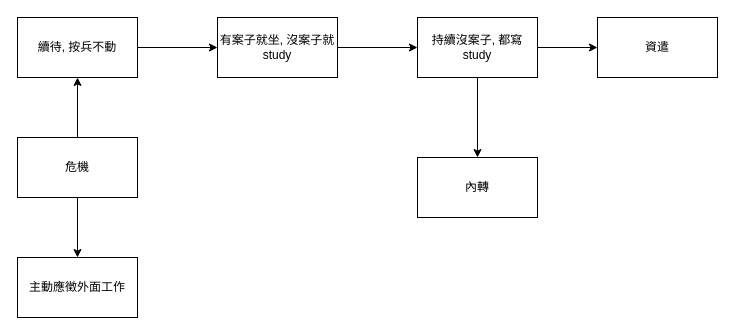
Before: 公司危機.drawio in TerryChan726/draw_io, a draw.io diagram. Source tidied: cells renumbered, new cells numbered last; positions are measured from the earlier drawing's top-left corner, leaving out a move shared by most shapes. Both pictures are drawn from the tidied source at 100%, with x=0, y=0 at pixel (17, 17).
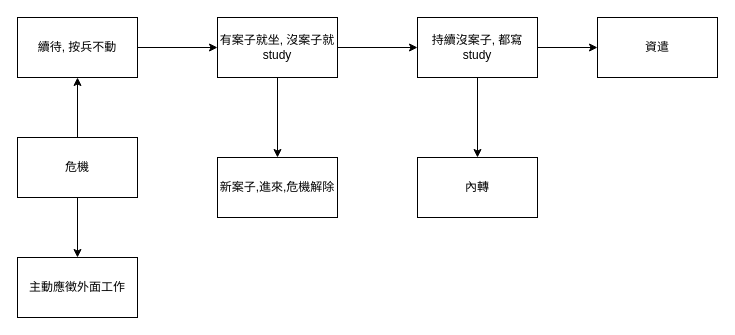
After the change.

Commit message (it also covers changes not shown here):
更新公司危機.drawio

The edit, as a diff of the source:
```diff
@@
 <mxGraphModel>
   <root>
     <mxCell id="0" />
     <mxCell id="1" parent="0" />
     <mxCell id="2" style="edgeStyle=orthogonalEdgeStyle;rounded=0;jettySize=auto;html=1;" parent="1" edge="1" source="4" target="6">
       <mxGeometry relative="1" as="geometry" />
     </mxCell>
     <mxCell id="3" style="edgeStyle=orthogonalEdgeStyle;rounded=0;jettySize=auto;html=1;" parent="1" edge="1" source="4" target="7">
       <mxGeometry relative="1" as="geometry" />
     </mxCell>
     <mxCell id="4" value="危機" style="rounded=0;whiteSpace=wrap;html=1;" parent="1" vertex="1">
       <mxGeometry y="120" width="120" height="60" as="geometry" />
     </mxCell>
     <mxCell id="5" style="edgeStyle=orthogonalEdgeStyle;rounded=0;jettySize=auto;html=1;" parent="1" edge="1" source="6" target="9">
       <mxGeometry relative="1" as="geometry" />
     </mxCell>
     <mxCell id="6" value="續待, 按兵不動" style="rounded=0;whiteSpace=wrap;html=1;" parent="1" vertex="1">
       <mxGeometry width="120" height="60" as="geometry" />
     </mxCell>
     <mxCell id="7" value="主動應徵外面工作" style="rounded=0;whiteSpace=wrap;html=1;" parent="1" vertex="1">
       <mxGeometry y="240" width="120" height="60" as="geometry" />
     </mxCell>
     <mxCell id="8" style="edgeStyle=orthogonalEdgeStyle;rounded=0;jettySize=auto;html=1;" parent="1" edge="1" source="9" target="12">
       <mxGeometry relative="1" as="geometry" />
     </mxCell>
+    <mxCell id="15" style="edgeStyle=orthogonalEdgeStyle;rounded=0;jettySize=auto;html=1;" parent="1" edge="1" source="9" target="16">
+      <mxGeometry relative="1" as="geometry" />
+    </mxCell>
     <mxCell id="9" value="有案子就坐, 沒案子就study" style="whiteSpace=wrap;html=1;rounded=0;" parent="1" vertex="1">
       <mxGeometry x="200" width="120" height="60" as="geometry" />
     </mxCell>
     <mxCell id="10" style="edgeStyle=orthogonalEdgeStyle;rounded=0;jettySize=auto;html=1;" parent="1" edge="1" source="12" target="13">
       <mxGeometry relative="1" as="geometry" />
     </mxCell>
     <mxCell id="11" style="edgeStyle=orthogonalEdgeStyle;rounded=0;jettySize=auto;html=1;" parent="1" edge="1" source="12" target="14">
       <mxGeometry relative="1" as="geometry" />
     </mxCell>
     <mxCell id="12" value="持續沒案子, 都寫study" style="whiteSpace=wrap;html=1;rounded=0;" parent="1" vertex="1">
       <mxGeometry x="400" width="120" height="60" as="geometry" />
     </mxCell>
     <mxCell id="13" value="內轉" style="whiteSpace=wrap;html=1;rounded=0;" parent="1" vertex="1">
       <mxGeometry x="400" y="140" width="120" height="60" as="geometry" />
     </mxCell>
     <mxCell id="14" value="資遣" style="whiteSpace=wrap;html=1;rounded=0;" parent="1" vertex="1">
       <mxGeometry x="580" width="120" height="60" as="geometry" />
     </mxCell>
+    <mxCell id="16" value="新案子,進來,危機解除" style="whiteSpace=wrap;html=1;rounded=0;" parent="1" vertex="1">
+      <mxGeometry x="200" y="140" width="120" height="60" as="geometry" />
+    </mxCell>
   </root>
 </mxGraphModel>
```
